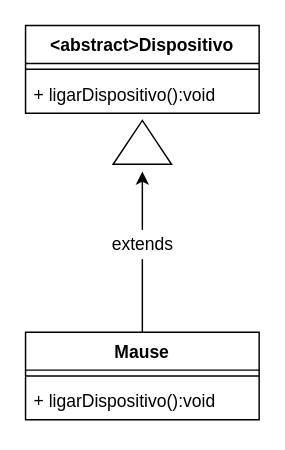
Earlier version of the draw.io diagram POO/Lista 2/Ex5/Ex5B_UML.drawio (HeitorPupim/usp-2022.1). Source tidied: cells renumbered, new cells numbered last; positions are measured from the earlier drawing's top-left corner, leaving out a move shared by most shapes. Both pictures are drawn from the tidied source at 146%, with x=0, y=0 at pixel (25, 25).
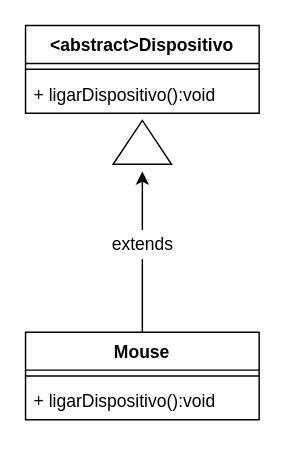
After the change.

The edit, as a diff of the source:
```diff
@@
 <mxGraphModel>
   <root>
     <mxCell id="0" />
     <mxCell id="1" parent="0" />
     <mxCell id="2" value="&lt;abstract&gt;Dispositivo" style="swimlane;fontStyle=1;align=center;verticalAlign=top;horizontal=1;startSize=26;" parent="1" vertex="1">
       <mxGeometry width="160" height="60" as="geometry" />
     </mxCell>
     <mxCell id="3" style="line;strokeWidth=1;fillColor=none;align=left;verticalAlign=middle;spacingTop=-1;spacingLeft=3;spacingRight=3;labelPosition=right;" parent="2" vertex="1">
       <mxGeometry y="26" width="160" height="8" as="geometry" />
     </mxCell>
     <mxCell id="4" value="+ ligarDispositivo():void" style="text;strokeColor=none;fillColor=none;align=left;verticalAlign=top;spacingLeft=4;spacingRight=4;overflow=hidden;" parent="2" vertex="1">
       <mxGeometry y="34" width="160" height="26" as="geometry" />
     </mxCell>
     <mxCell id="5" style="edgeStyle=none;html=1;startArrow=none;" parent="1" edge="1" source="10">
       <mxGeometry relative="1" as="geometry">
         <mxPoint x="80" y="100" as="targetPoint" />
       </mxGeometry>
     </mxCell>
-    <mxCell id="6" value="Mause" style="swimlane;fontStyle=1;align=center;verticalAlign=top;horizontal=1;startSize=26;" parent="1" vertex="1">
+    <mxCell id="6" value="Mouse" style="swimlane;fontStyle=1;align=center;verticalAlign=top;horizontal=1;startSize=26;" parent="1" vertex="1">
       <mxGeometry y="210" width="160" height="60" as="geometry" />
     </mxCell>
     <mxCell id="7" style="line;strokeWidth=1;fillColor=none;align=left;verticalAlign=middle;spacingTop=-1;spacingLeft=3;spacingRight=3;labelPosition=right;" parent="6" vertex="1">
       <mxGeometry y="26" width="160" height="8" as="geometry" />
     </mxCell>
     <mxCell id="8" value="+ ligarDispositivo():void" style="text;strokeColor=none;fillColor=none;align=left;verticalAlign=top;spacingLeft=4;spacingRight=4;overflow=hidden;" parent="6" vertex="1">
       <mxGeometry y="34" width="160" height="26" as="geometry" />
     </mxCell>
     <mxCell id="9" style="triangle;whiteSpace=wrap;html=1;rotation=-90;" parent="1" vertex="1">
       <mxGeometry x="65" y="60" width="30" height="40" as="geometry" />
     </mxCell>
     <mxCell id="10" value="extends" style="text;html=1;align=center;verticalAlign=middle;points=[];strokeColor=none;fillColor=none;" parent="1" vertex="1">
       <mxGeometry x="50" y="140" width="60" height="20" as="geometry" />
     </mxCell>
     <mxCell id="11" style="edgeStyle=none;html=1;endArrow=none;" parent="1" edge="1" source="6" target="10">
       <mxGeometry relative="1" as="geometry" />
     </mxCell>
   </root>
 </mxGraphModel>
```
